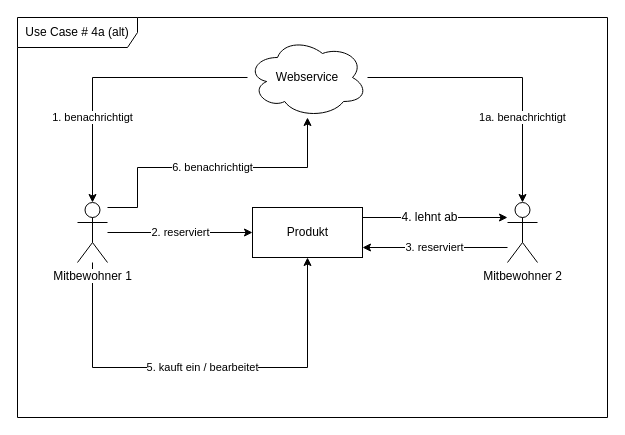
Earlier version of the draw.io diagram _analyse/use-cases/UC_4a-alt.drawio.xml (leo-3108/mi-gdw-wglebensmittelplanung). Source tidied: cells renumbered, new cells numbered last; positions are measured from the earlier drawing's top-left corner, leaving out a move shared by most shapes. Both pictures are drawn from the tidied source at 100%, with x=0, y=0 at pixel (17, 17).
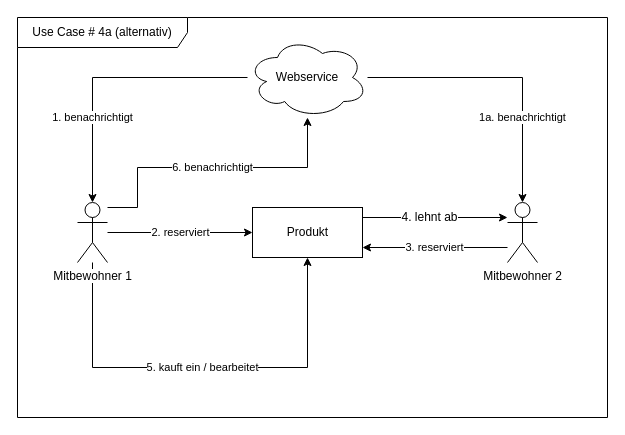
The same page after the edit.

Diff of the diagram source:
```diff
@@
-    <mxCell id="2" value="Use Case # 4a (alt)" style="shape=umlFrame;whiteSpace=wrap;html=1;width=120;height=30;" parent="1" vertex="1">
+    <mxCell id="2" value="Use Case # 4a (alternativ)" style="shape=umlFrame;whiteSpace=wrap;html=1;width=170;height=30;" parent="1" vertex="1">
       <mxGeometry width="590" height="400" as="geometry" />
     </mxCell>
```
